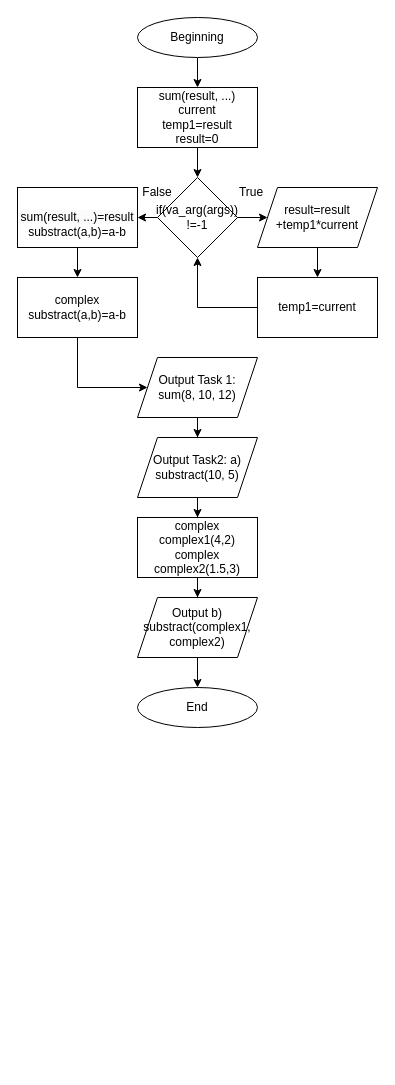
The draw.io diagram VNS_Lab_7.drawio in Zimnov1/Repo, before the edit. Source tidied: cells renumbered, new cells numbered last; positions are measured from the earlier drawing's top-left corner, leaving out a move shared by most shapes. Both pictures are drawn from the tidied source at 100%, with x=0, y=0 at pixel (17, 17).
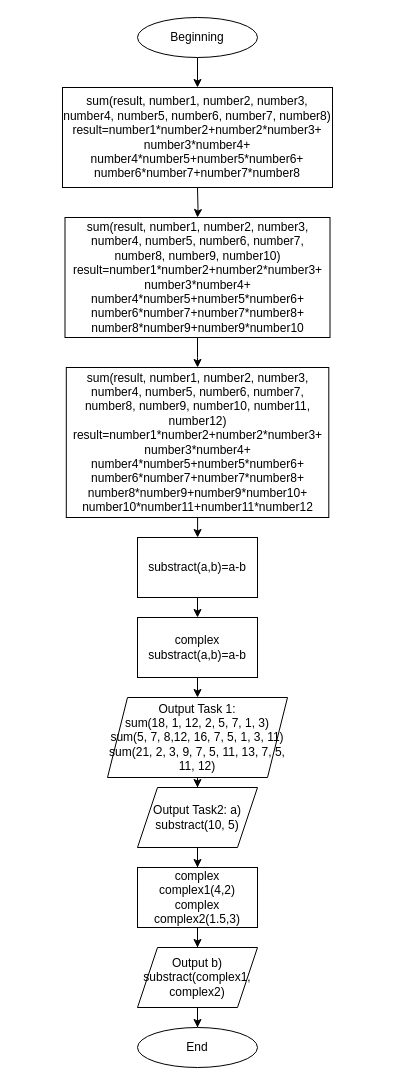
Above is the later version.

What changed in the source:
```diff
@@
-    <mxCell id="4" style="edgeStyle=orthogonalEdgeStyle;rounded=0;jettySize=auto;html=1;" parent="1" edge="1" source="5" target="7">
-      <mxGeometry relative="1" as="geometry" />
-    </mxCell>
-    <mxCell id="5" value="sum(result, ...)&lt;br&gt;current&lt;br&gt;temp1=result&lt;br&gt;result=0" style="rounded=0;whiteSpace=wrap;html=1;" parent="1" vertex="1">
-      <mxGeometry x="120" y="70" width="120" height="60" as="geometry" />
+    <mxCell id="5" value="sum(result, number1, number2, number3, &lt;br&gt;number4, number5, number6, number7, number8)&lt;br&gt;result=number1*number2+number2*number3+&lt;br&gt;number3*number4+&lt;br&gt;number4*number5+number5*number6+&lt;br&gt;number6*number7+number7*number8" style="rounded=0;whiteSpace=wrap;html=1;" parent="1" vertex="1">
+      <mxGeometry x="45" y="70" width="270" height="100" as="geometry" />
     </mxCell>
-    <mxCell id="6" style="edgeStyle=orthogonalEdgeStyle;rounded=0;jettySize=auto;html=1;" parent="1" edge="1" source="7" target="9">
-      <mxGeometry relative="1" as="geometry" />
-    </mxCell>
-    <mxCell id="7" value="if(va_arg(args))&lt;br&gt;!=-1" style="rhombus;whiteSpace=wrap;html=1;" parent="1" vertex="1">
-      <mxGeometry x="140" y="160" width="80" height="80" as="geometry" />
-    </mxCell>
-    <mxCell id="8" style="edgeStyle=orthogonalEdgeStyle;rounded=0;jettySize=auto;html=1;" parent="1" edge="1" source="9" target="10">
-      <mxGeometry relative="1" as="geometry" />
-    </mxCell>
-    <mxCell id="9" value="result=result&lt;br&gt;+temp1*current" style="shape=parallelogram;perimeter=parallelogramPerimeter;whiteSpace=wrap;html=1;fixedSize=1;" parent="1" vertex="1">
-      <mxGeometry x="240" y="170" width="120" height="60" as="geometry" />
-    </mxCell>
-    <mxCell id="10" value="temp1=current" style="rounded=0;whiteSpace=wrap;html=1;" parent="1" vertex="1">
-      <mxGeometry x="240" y="260" width="120" height="60" as="geometry" />
-    </mxCell>
-    <mxCell id="11" style="edgeStyle=orthogonalEdgeStyle;rounded=0;jettySize=auto;html=1;" parent="1" edge="1" source="12" target="13">
-      <mxGeometry relative="1" as="geometry" />
-    </mxCell>
-    <mxCell id="12" value="&lt;br&gt;&lt;span style=&quot;color: rgb(0, 0, 0); font-family: Helvetica; font-size: 12px; font-style: normal; font-variant-ligatures: normal; font-variant-caps: normal; font-weight: 400; letter-spacing: normal; orphans: 2; text-align: center; text-indent: 0px; text-transform: none; widows: 2; word-spacing: 0px; -webkit-text-stroke-width: 0px; background-color: rgb(251, 251, 251); text-decoration-thickness: initial; text-decoration-style: initial; text-decoration-color: initial; float: none; display: inline !important;&quot;&gt;sum(result, ...)=result&lt;/span&gt;&lt;br&gt;substract(a,b)=a-b" style="rounded=0;whiteSpace=wrap;html=1;" parent="1" vertex="1">
-      <mxGeometry y="170" width="120" height="60" as="geometry" />
-    </mxCell>
     <mxCell id="13" value="complex substract(a,b)=a-b" style="rounded=0;whiteSpace=wrap;html=1;" parent="1" vertex="1">
-      <mxGeometry y="260" width="120" height="60" as="geometry" />
+      <mxGeometry x="120" y="600" width="120" height="60" as="geometry" />
     </mxCell>
@@
-    <mxCell id="15" value="Output Task 1: &lt;br&gt;sum(8, 10, 12)" style="shape=parallelogram;perimeter=parallelogramPerimeter;whiteSpace=wrap;html=1;fixedSize=1;" parent="1" vertex="1">
-      <mxGeometry x="120" y="340" width="120" height="60" as="geometry" />
+    <mxCell id="15" value="Output Task 1: &lt;br&gt;sum(18, 1, 12, 2, 5, 7, 1, 3)&lt;br&gt;sum(5, 7, 8,12, 16, 7, 5, 1, 3, 11)&lt;br&gt;sum(21, 2, 3, 9, 7, 5, 11, 13, 7, 5, 11, 12)&lt;br&gt;" style="shape=parallelogram;perimeter=parallelogramPerimeter;whiteSpace=wrap;html=1;fixedSize=1;" parent="1" vertex="1">
+      <mxGeometry x="90" y="680" width="180" height="80" as="geometry" />
     </mxCell>
@@
     <mxCell id="17" value="Output b) substract(complex1, complex2)" style="shape=parallelogram;perimeter=parallelogramPerimeter;whiteSpace=wrap;html=1;fixedSize=1;" parent="1" vertex="1">
-      <mxGeometry x="120" y="580" width="120" height="60" as="geometry" />
+      <mxGeometry x="120" y="930" width="120" height="60" as="geometry" />
     </mxCell>
@@
     <mxCell id="19" value="complex complex1(4,2)&lt;br&gt;complex&lt;br&gt;complex2(1.5,3)" style="rounded=0;whiteSpace=wrap;html=1;" parent="1" vertex="1">
-      <mxGeometry x="120" y="500" width="120" height="60" as="geometry" />
+      <mxGeometry x="120" y="850" width="120" height="60" as="geometry" />
     </mxCell>
@@
     <mxCell id="21" value="Output Task2: a) substract(10, 5)" style="shape=parallelogram;perimeter=parallelogramPerimeter;whiteSpace=wrap;html=1;fixedSize=1;" parent="1" vertex="1">
-      <mxGeometry x="120" y="420" width="120" height="60" as="geometry" />
+      <mxGeometry x="120" y="770" width="120" height="60" as="geometry" />
     </mxCell>
     <mxCell id="22" value="End" style="ellipse;whiteSpace=wrap;html=1;" parent="1" vertex="1">
-      <mxGeometry x="120" y="670" width="120" height="40" as="geometry" />
+      <mxGeometry x="120" y="1010" width="120" height="40" as="geometry" />
     </mxCell>
-    <mxCell id="23" style="endArrow=classic;html=1;rounded=0;entryX=1;entryY=0.5;entryDx=0;entryDy=0;exitX=0;exitY=0.5;exitDx=0;exitDy=0;" parent="1" edge="1" source="7" target="12">
-      <mxGeometry relative="1" as="geometry" />
-    </mxCell>
-    <mxCell id="24" style="endArrow=none;html=1;rounded=0;entryX=0;entryY=0.5;entryDx=0;entryDy=0;" parent="1" edge="1" target="10">
-      <mxGeometry relative="1" as="geometry">
-        <mxPoint x="180" y="290" as="sourcePoint" />
-      </mxGeometry>
-    </mxCell>
-    <mxCell id="25" style="endArrow=classic;html=1;rounded=0;entryX=0.5;entryY=1;entryDx=0;entryDy=0;" parent="1" edge="1" target="7">
-      <mxGeometry relative="1" as="geometry">
-        <mxPoint x="180" y="290" as="sourcePoint" />
-      </mxGeometry>
-    </mxCell>
-    <mxCell id="26" style="endArrow=none;html=1;rounded=0;exitX=0.5;exitY=1;exitDx=0;exitDy=0;" parent="1" edge="1" source="13">
-      <mxGeometry relative="1" as="geometry">
-        <mxPoint x="60" y="370" as="targetPoint" />
-      </mxGeometry>
-    </mxCell>
-    <mxCell id="27" style="endArrow=classic;html=1;rounded=0;entryX=0;entryY=0.5;entryDx=0;entryDy=0;" parent="1" edge="1" target="15">
-      <mxGeometry relative="1" as="geometry">
-        <mxPoint x="60" y="370" as="sourcePoint" />
-      </mxGeometry>
-    </mxCell>
-    <mxCell id="28" value="True" style="text;html=1;strokeColor=none;fillColor=none;align=center;verticalAlign=middle;whiteSpace=wrap;rounded=0;" parent="1" vertex="1">
-      <mxGeometry x="204" y="160" width="60" height="30" as="geometry" />
-    </mxCell>
-    <mxCell id="29" value="False" style="text;html=1;strokeColor=none;fillColor=none;align=center;verticalAlign=middle;whiteSpace=wrap;rounded=0;" parent="1" vertex="1">
-      <mxGeometry x="110" y="160" width="60" height="30" as="geometry" />
-    </mxCell>
+    <mxCell id="30" style="edgeStyle=orthogonalEdgeStyle;rounded=0;jettySize=auto;html=1;" parent="1" edge="1" target="32">
+      <mxGeometry relative="1" as="geometry">
+        <mxPoint x="180" y="170" as="sourcePoint" />
+      </mxGeometry>
+    </mxCell>
+    <mxCell id="31" style="edgeStyle=orthogonalEdgeStyle;rounded=0;jettySize=auto;html=1;" parent="1" edge="1" source="32" target="34">
+      <mxGeometry relative="1" as="geometry" />
+    </mxCell>
+    <mxCell id="32" value="sum(result, number1, number2, number3, &lt;br&gt;number4, number5, number6, number7, number8, number9, number10)&lt;br&gt;result=number1*number2+number2*number3+&lt;br&gt;number3*number4+&lt;br&gt;number4*number5+number5*number6+&lt;br&gt;number6*number7+number7*number8+&lt;br&gt;number8*number9+number9*number10" style="rounded=0;whiteSpace=wrap;html=1;" parent="1" vertex="1">
+      <mxGeometry x="47.5" y="200" width="265" height="120" as="geometry" />
+    </mxCell>
+    <mxCell id="33" style="edgeStyle=orthogonalEdgeStyle;rounded=0;jettySize=auto;html=1;" parent="1" edge="1" source="34" target="35">
+      <mxGeometry relative="1" as="geometry" />
+    </mxCell>
+    <mxCell id="34" value="sum(result, number1, number2, number3, &lt;br&gt;number4, number5, number6, number7, number8, number9, number10, number11, number12)&lt;br&gt;result=number1*number2+number2*number3+&lt;br&gt;number3*number4+&lt;br&gt;number4*number5+number5*number6+&lt;br&gt;number6*number7+number7*number8+&lt;br&gt;number8*number9+number9*number10+&lt;br&gt;number10*number11+number11*number12" style="rounded=0;whiteSpace=wrap;html=1;" parent="1" vertex="1">
+      <mxGeometry x="48.8" y="350" width="262.5" height="150" as="geometry" />
+    </mxCell>
+    <mxCell id="35" value="substract(a,b)=a-b" style="rounded=0;whiteSpace=wrap;html=1;" parent="1" vertex="1">
+      <mxGeometry x="120" y="520" width="120" height="60" as="geometry" />
+    </mxCell>
+    <mxCell id="36" style="endArrow=classic;html=1;rounded=0;entryX=0.5;entryY=0;entryDx=0;entryDy=0;exitX=0.5;exitY=1;exitDx=0;exitDy=0;" parent="1" edge="1" source="13" target="15">
+      <mxGeometry relative="1" as="geometry" />
+    </mxCell>
+    <mxCell id="37" style="endArrow=classic;html=1;rounded=0;exitX=0.5;exitY=1;exitDx=0;exitDy=0;entryX=0.5;entryY=0;entryDx=0;entryDy=0;" parent="1" edge="1" source="35" target="13">
+      <mxGeometry relative="1" as="geometry" />
+    </mxCell>
```
